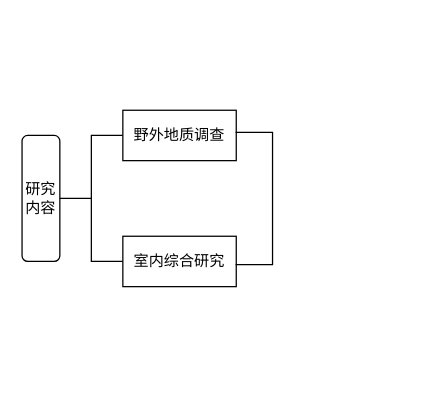
Earlier version of the draw.io diagram 未命名绘图.drawio (dp0qb/document_img). Source tidied: cells renumbered, new cells numbered last; positions are measured from the earlier drawing's top-left corner, leaving out a move shared by most shapes. Both pictures are drawn from the tidied source at 126%, with x=0, y=0 at pixel (21, 110).
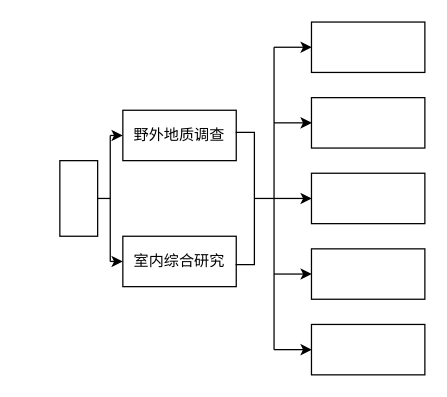
The same page after the edit.

The change refers to these unchanged cells:
```xml
<mxCell id="4" value="野外地质调查" style="rounded=0;whiteSpace=wrap;html=1;" parent="1" vertex="1">
  <mxGeometry x="80" width="90" height="40" as="geometry" />
</mxCell>
<mxCell id="5" value="室内综合研究" style="rounded=0;whiteSpace=wrap;html=1;" parent="1" vertex="1">
  <mxGeometry x="80" y="100" width="90" height="40" as="geometry" />
</mxCell>
```

Change to the diagram source:
```diff
@@
-    <mxCell id="2" value="研究内容" style="rounded=1;whiteSpace=wrap;html=1;fontSize=12;glass=0;strokeWidth=1;shadow=0;" parent="1" vertex="1">
-      <mxGeometry y="20" width="30" height="100" as="geometry" />
-    </mxCell>
-    <mxCell id="3" style="strokeWidth=1;html=1;shape=mxgraph.flowchart.annotation_2;align=left;labelPosition=right;" parent="1" vertex="1">
-      <mxGeometry x="30" y="20" width="50" height="100" as="geometry" />
-    </mxCell>
@@
     <mxCell id="6" style="shape=partialRectangle;whiteSpace=wrap;html=1;bottom=1;right=1;left=1;top=0;fillColor=none;routingCenterX=-0.5;rotation=-90;" parent="1" vertex="1">
-      <mxGeometry x="131.9" y="55.6" width="105" height="28.8" as="geometry" />
+      <mxGeometry x="124.7" y="62.8" width="105" height="14.4" as="geometry" />
     </mxCell>
+    <mxCell id="7" style="endArrow=none;html=1;rounded=0;" parent="1" edge="1">
+      <mxGeometry relative="1" as="geometry">
+        <mxPoint x="200" y="190" as="sourcePoint" />
+        <mxPoint x="200" y="-50" as="targetPoint" />
+        <Array as="points">
+          <mxPoint x="200" y="70" />
+        </Array>
+      </mxGeometry>
+    </mxCell>
+    <mxCell id="8" style="endArrow=classic;html=1;rounded=0;" parent="1" edge="1">
+      <mxGeometry relative="1" as="geometry">
+        <mxPoint x="200" y="-50" as="sourcePoint" />
+        <mxPoint x="230" y="-50" as="targetPoint" />
+      </mxGeometry>
+    </mxCell>
+    <mxCell id="9" style="endArrow=classic;html=1;rounded=0;" parent="1" edge="1">
+      <mxGeometry relative="1" as="geometry">
+        <mxPoint x="200" y="10" as="sourcePoint" />
+        <mxPoint x="230" y="10" as="targetPoint" />
+      </mxGeometry>
+    </mxCell>
+    <mxCell id="10" style="endArrow=classic;html=1;rounded=0;" parent="1" edge="1">
+      <mxGeometry relative="1" as="geometry">
+        <mxPoint x="200" y="70" as="sourcePoint" />
+        <mxPoint x="230" y="70" as="targetPoint" />
+      </mxGeometry>
+    </mxCell>
+    <mxCell id="11" style="endArrow=classic;html=1;rounded=0;" parent="1" edge="1">
+      <mxGeometry relative="1" as="geometry">
+        <mxPoint x="200" y="130" as="sourcePoint" />
+        <mxPoint x="230" y="130" as="targetPoint" />
+        <Array as="points">
+          <mxPoint x="200" y="130" />
+        </Array>
+      </mxGeometry>
+    </mxCell>
+    <mxCell id="12" style="endArrow=classic;html=1;rounded=0;" parent="1" edge="1">
+      <mxGeometry relative="1" as="geometry">
+        <mxPoint x="200" y="190" as="sourcePoint" />
+        <mxPoint x="230" y="190" as="targetPoint" />
+      </mxGeometry>
+    </mxCell>
+    <mxCell id="13" style="endArrow=none;html=1;rounded=0;exitX=0.5;exitY=1;exitDx=0;exitDy=0;" parent="1" edge="1" source="6">
+      <mxGeometry relative="1" as="geometry">
+        <mxPoint x="200" y="70" as="targetPoint" />
+      </mxGeometry>
+    </mxCell>
+    <mxCell id="14" style="rounded=0;whiteSpace=wrap;html=1;" parent="1" vertex="1">
+      <mxGeometry x="30" y="40" width="30" height="60" as="geometry" />
+    </mxCell>
+    <mxCell id="15" style="endArrow=none;html=1;rounded=0;exitX=1;exitY=0.5;exitDx=0;exitDy=0;" parent="1" edge="1" source="14">
+      <mxGeometry relative="1" as="geometry">
+        <mxPoint x="70" y="70" as="targetPoint" />
+      </mxGeometry>
+    </mxCell>
+    <mxCell id="16" style="endArrow=none;html=1;rounded=0;" parent="1" edge="1">
+      <mxGeometry relative="1" as="geometry">
+        <mxPoint x="70" y="120" as="sourcePoint" />
+        <mxPoint x="70" y="20" as="targetPoint" />
+      </mxGeometry>
+    </mxCell>
+    <mxCell id="17" style="endArrow=classic;html=1;rounded=0;entryX=0;entryY=0.5;entryDx=0;entryDy=0;" parent="1" edge="1" target="4">
+      <mxGeometry relative="1" as="geometry">
+        <mxPoint x="70" y="20" as="sourcePoint" />
+      </mxGeometry>
+    </mxCell>
+    <mxCell id="18" style="endArrow=classic;html=1;rounded=0;entryX=0;entryY=0.5;entryDx=0;entryDy=0;" parent="1" edge="1" target="5">
+      <mxGeometry relative="1" as="geometry">
+        <mxPoint x="70" y="120" as="sourcePoint" />
+      </mxGeometry>
+    </mxCell>
+    <mxCell id="19" style="rounded=0;whiteSpace=wrap;html=1;" parent="1" vertex="1">
+      <mxGeometry x="229.7" y="-70" width="90" height="40" as="geometry" />
+    </mxCell>
+    <mxCell id="20" style="rounded=0;whiteSpace=wrap;html=1;" parent="1" vertex="1">
+      <mxGeometry x="229.7" y="50" width="90" height="40" as="geometry" />
+    </mxCell>
+    <mxCell id="21" style="rounded=0;whiteSpace=wrap;html=1;" parent="1" vertex="1">
+      <mxGeometry x="229.7" y="-10" width="90" height="40" as="geometry" />
+    </mxCell>
+    <mxCell id="22" style="rounded=0;whiteSpace=wrap;html=1;" parent="1" vertex="1">
+      <mxGeometry x="229.7" y="110" width="90" height="40" as="geometry" />
+    </mxCell>
+    <mxCell id="23" style="rounded=0;whiteSpace=wrap;html=1;" parent="1" vertex="1">
+      <mxGeometry x="229.7" y="170" width="90" height="40" as="geometry" />
+    </mxCell>
```
